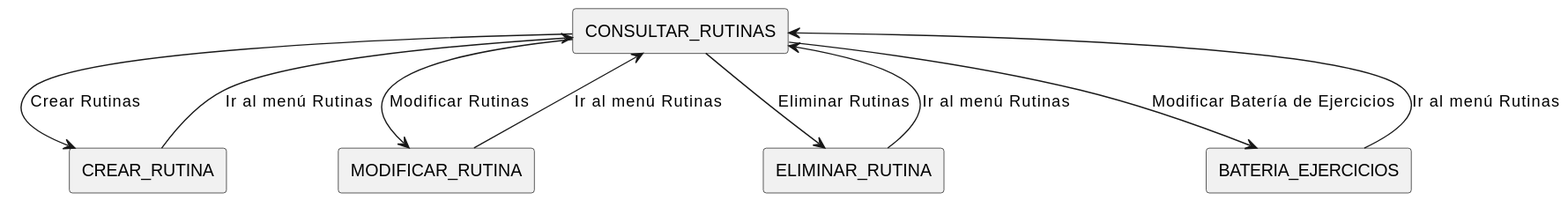
This is Documentos/Imagenes/DiagramasContexto/DiagramasDeContextoAdministrador/DiagramaDeContextoConsultarRutinasAdministrador.svg from mmasias/24-25-IdSw1-SDR, a PlantUML export, as it was before one commit. The source it was exported from:
```plantuml
@startuml
!define RECTANGLE(x) rectangle x

RECTANGLE(CONSULTAR_RUTINAS)

RECTANGLE(CREAR_RUTINA)
RECTANGLE(MODIFICAR_RUTINA)
RECTANGLE(ELIMINAR_RUTINA)
RECTANGLE(BATERIA_EJERCICIOS)

CONSULTAR_RUTINAS --> CREAR_RUTINA : Crear Rutinas
CREAR_RUTINA --> CONSULTAR_RUTINAS : Ir al menú Rutinas

CONSULTAR_RUTINAS --> MODIFICAR_RUTINA : Modificar Rutinas
MODIFICAR_RUTINA --> CONSULTAR_RUTINAS : Ir al menú Rutinas

CONSULTAR_RUTINAS --> ELIMINAR_RUTINA : Eliminar Rutinas
ELIMINAR_RUTINA --> CONSULTAR_RUTINAS : Ir al menú Rutinas

CONSULTAR_RUTINAS --> BATERIA_EJERCICIOS : Modificar Batería de Ejercicios
BATERIA_EJERCICIOS --> CONSULTAR_RUTINAS : Ir al menú Rutinas
@enduml
```
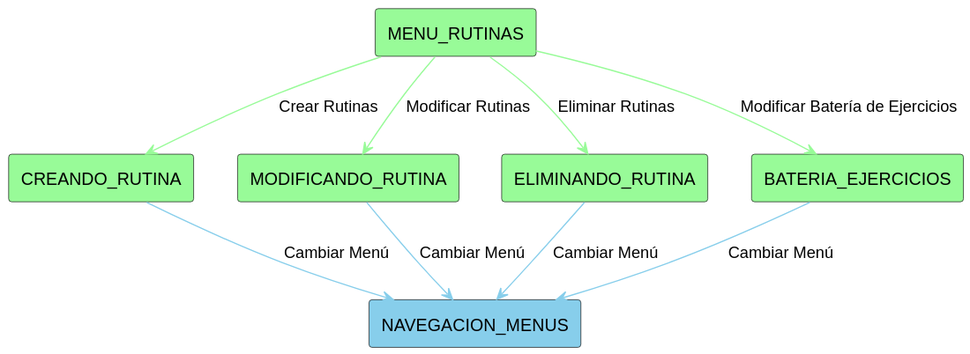
After the change.

The edit, as a diff of the source:
```diff
@@ -1,22 +1,24 @@
 @startuml
 !define RECTANGLE(x) rectangle x
 
-RECTANGLE(CONSULTAR_RUTINAS)
+RECTANGLE(MENU_RUTINAS) #PaleGreen
 
-RECTANGLE(CREAR_RUTINA)
-RECTANGLE(MODIFICAR_RUTINA)
-RECTANGLE(ELIMINAR_RUTINA)
-RECTANGLE(BATERIA_EJERCICIOS)
+RECTANGLE(CREANDO_RUTINA) #PaleGreen
+RECTANGLE(MODIFICANDO_RUTINA) #PaleGreen
+RECTANGLE(ELIMINANDO_RUTINA) #PaleGreen
+RECTANGLE(BATERIA_EJERCICIOS) #PaleGreen
+RECTANGLE(NAVEGACION_MENUS) #SkyBlue
 
-CONSULTAR_RUTINAS --> CREAR_RUTINA : Crear Rutinas
-CREAR_RUTINA --> CONSULTAR_RUTINAS : Ir al menú Rutinas
 
-CONSULTAR_RUTINAS --> MODIFICAR_RUTINA : Modificar Rutinas
-MODIFICAR_RUTINA --> CONSULTAR_RUTINAS : Ir al menú Rutinas
+MENU_RUTINAS -[#PaleGreen]-> CREANDO_RUTINA : Crear Rutinas
+CREANDO_RUTINA -[#SkyBlue]-> NAVEGACION_MENUS : Cambiar Menú
 
-CONSULTAR_RUTINAS --> ELIMINAR_RUTINA : Eliminar Rutinas
-ELIMINAR_RUTINA --> CONSULTAR_RUTINAS : Ir al menú Rutinas
+MENU_RUTINAS -[#PaleGreen]-> MODIFICANDO_RUTINA : Modificar Rutinas
+MODIFICANDO_RUTINA -[#SkyBlue]-> NAVEGACION_MENUS : Cambiar Menú
 
-CONSULTAR_RUTINAS --> BATERIA_EJERCICIOS : Modificar Batería de Ejercicios
-BATERIA_EJERCICIOS --> CONSULTAR_RUTINAS : Ir al menú Rutinas
+MENU_RUTINAS -[#PaleGreen]-> ELIMINANDO_RUTINA : Eliminar Rutinas
+ELIMINANDO_RUTINA -[#SkyBlue]-> NAVEGACION_MENUS : Cambiar Menú
+
+MENU_RUTINAS -[#PaleGreen]-> BATERIA_EJERCICIOS : Modificar Batería de Ejercicios
+BATERIA_EJERCICIOS -[#SkyBlue]-> NAVEGACION_MENUS : Cambiar Menú
 @enduml
```
